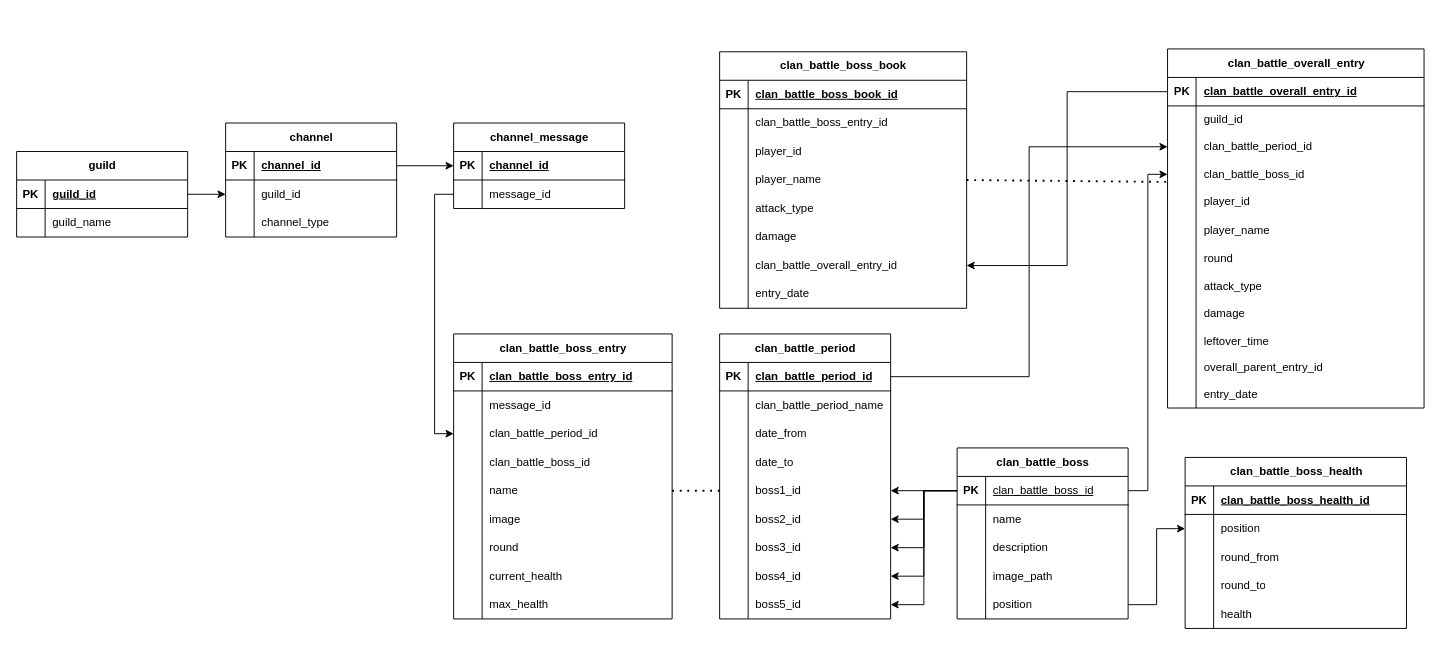
Before: docs/Purikone CB Bot.drawio in Kurisutaru/kurikone-clan-battle-bot, a draw.io diagram. Source tidied: cells renumbered, new cells numbered last; positions are measured from the earlier drawing's top-left corner, leaving out a move shared by most shapes. Both pictures are drawn from the tidied source at 95%, with x=0, y=0 at pixel (16, 48).
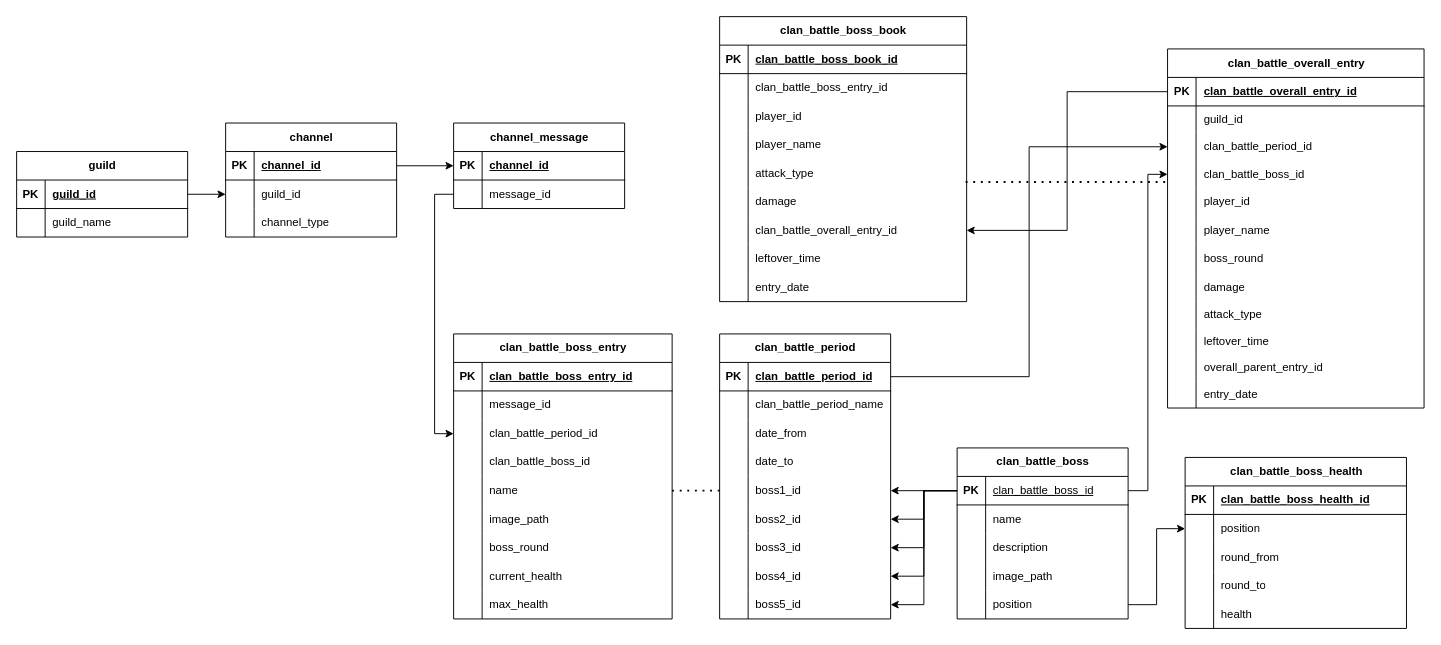
After the change.

The change refers to these unchanged cells:
```xml
<mxCell id="32" style="shape=tableRow;horizontal=0;startSize=0;swimlaneHead=0;swimlaneBody=0;fillColor=none;top=0;left=0;right=0;bottom=0;" parent="16" vertex="1">
  <mxGeometry y="180" width="230" height="30" as="geometry" />
</mxCell>
<mxCell id="35" style="shape=tableRow;horizontal=0;startSize=0;swimlaneHead=0;swimlaneBody=0;fillColor=none;top=0;left=0;right=0;bottom=0;" parent="16" vertex="1">
  <mxGeometry y="210" width="230" height="30" as="geometry" />
</mxCell>
<mxCell id="54" style="shape=tableRow;horizontal=0;startSize=0;swimlaneHead=0;swimlaneBody=0;fillColor=none;points=[[0,0.5],[1,0.5]];portConstraint=eastwest;top=0;left=0;right=0;bottom=0;" parent="44" vertex="1">
  <mxGeometry y="120" width="260" height="30" as="geometry" />
</mxCell>
<mxCell id="57" style="shape=tableRow;horizontal=0;startSize=0;swimlaneHead=0;swimlaneBody=0;fillColor=none;points=[[0,0.5],[1,0.5]];portConstraint=eastwest;top=0;left=0;right=0;bottom=0;" parent="44" vertex="1">
  <mxGeometry y="150" width="260" height="30" as="geometry" />
</mxCell>
<mxCell id="97" value="clan_battle_overall_entry" style="shape=table;startSize=30;childLayout=tableLayout;rowLines=0;fontStyle=1;align=center;html=1;" parent="1" vertex="1">
  <mxGeometry x="1211.5" width="270" height="378" as="geometry" />
</mxCell>
<mxCell id="116" style="shape=tableRow;horizontal=0;startSize=0;swimlaneHead=0;swimlaneBody=0;fillColor=none;top=0;left=0;right=0;bottom=0;" parent="97" vertex="1">
  <mxGeometry y="206" width="270" height="30" as="geometry" />
</mxCell>
```

Diff of the diagram source:
```diff
@@
-    <mxCell id="34" value="image" style="shape=partialRectangle;fillColor=none;top=0;left=0;bottom=0;right=0;align=left;spacingLeft=6;overflow=hidden;whiteSpace=wrap;html=1;" parent="32" vertex="1">
+    <mxCell id="34" value="image_path" style="shape=partialRectangle;fillColor=none;top=0;left=0;bottom=0;right=0;align=left;spacingLeft=6;overflow=hidden;whiteSpace=wrap;html=1;" parent="32" vertex="1">
       <mxGeometry x="30" width="200" height="30" as="geometry" />
     </mxCell>
@@
-    <mxCell id="37" value="round" style="shape=partialRectangle;fillColor=none;top=0;left=0;bottom=0;right=0;align=left;spacingLeft=6;overflow=hidden;whiteSpace=wrap;html=1;" parent="35" vertex="1">
+    <mxCell id="37" value="boss_round" style="shape=partialRectangle;fillColor=none;top=0;left=0;bottom=0;right=0;align=left;spacingLeft=6;overflow=hidden;whiteSpace=wrap;html=1;" parent="35" vertex="1">
       <mxGeometry x="30" width="200" height="30" as="geometry" />
     </mxCell>
@@
     <mxCell id="44" value="clan_battle_boss_book" style="shape=table;startSize=30;childLayout=tableLayout;rowLines=0;fontStyle=1;align=center;html=1;" parent="1" vertex="1">
-      <mxGeometry x="740" y="3" width="260" height="270" as="geometry" />
+      <mxGeometry x="740" y="-34" width="260" height="300" as="geometry" />
     </mxCell>
@@
+    <mxCell id="190" style="shape=tableRow;horizontal=0;startSize=0;swimlaneHead=0;swimlaneBody=0;fillColor=none;top=0;left=0;right=0;bottom=0;" parent="44" vertex="1">
+      <mxGeometry y="240" width="260" height="30" as="geometry" />
+    </mxCell>
+    <mxCell id="191" style="shape=partialRectangle;fillColor=none;top=0;left=0;bottom=0;right=0;overflow=hidden;whiteSpace=wrap;html=1;" parent="190" vertex="1">
+      <mxGeometry width="30" height="30" as="geometry" />
+    </mxCell>
+    <mxCell id="192" value="leftover_time" style="shape=partialRectangle;fillColor=none;top=0;left=0;bottom=0;right=0;align=left;spacingLeft=6;overflow=hidden;whiteSpace=wrap;html=1;" parent="190" vertex="1">
+      <mxGeometry x="30" width="230" height="30" as="geometry" />
+    </mxCell>
     <mxCell id="66" style="shape=tableRow;horizontal=0;startSize=0;swimlaneHead=0;swimlaneBody=0;fillColor=none;top=0;left=0;right=0;bottom=0;" parent="44" vertex="1">
-      <mxGeometry y="240" width="260" height="30" as="geometry" />
+      <mxGeometry y="270" width="260" height="30" as="geometry" />
     </mxCell>
@@
-    <mxCell id="118" value="round" style="shape=partialRectangle;fillColor=none;top=0;left=0;bottom=0;right=0;align=left;spacingLeft=6;overflow=hidden;whiteSpace=wrap;html=1;" parent="116" vertex="1">
+    <mxCell id="118" value="boss_round" style="shape=partialRectangle;fillColor=none;top=0;left=0;bottom=0;right=0;align=left;spacingLeft=6;overflow=hidden;whiteSpace=wrap;html=1;" parent="116" vertex="1">
       <mxGeometry x="30" width="240" height="30" as="geometry" />
     </mxCell>
+    <mxCell id="122" style="shape=tableRow;horizontal=0;startSize=0;swimlaneHead=0;swimlaneBody=0;fillColor=none;top=0;left=0;right=0;bottom=0;" parent="97" vertex="1">
+      <mxGeometry y="236" width="270" height="30" as="geometry" />
+    </mxCell>
+    <mxCell id="123" style="shape=partialRectangle;fillColor=none;top=0;left=0;bottom=0;right=0;overflow=hidden;whiteSpace=wrap;html=1;" parent="122" vertex="1">
+      <mxGeometry width="30" height="30" as="geometry" />
+    </mxCell>
+    <mxCell id="124" value="damage" style="shape=partialRectangle;fillColor=none;top=0;left=0;bottom=0;right=0;align=left;spacingLeft=6;overflow=hidden;whiteSpace=wrap;html=1;" parent="122" vertex="1">
+      <mxGeometry x="30" width="240" height="30" as="geometry" />
+    </mxCell>
     <mxCell id="119" style="shape=tableRow;horizontal=0;startSize=0;swimlaneHead=0;swimlaneBody=0;fillColor=none;top=0;left=0;right=0;bottom=0;" parent="97" vertex="1">
-      <mxGeometry y="236" width="270" height="28" as="geometry" />
+      <mxGeometry y="266" width="270" height="28" as="geometry" />
     </mxCell>
@@
-    <mxCell id="122" style="shape=tableRow;horizontal=0;startSize=0;swimlaneHead=0;swimlaneBody=0;fillColor=none;top=0;left=0;right=0;bottom=0;" parent="97" vertex="1">
-      <mxGeometry y="264" width="270" height="30" as="geometry" />
-    </mxCell>
-    <mxCell id="123" style="shape=partialRectangle;fillColor=none;top=0;left=0;bottom=0;right=0;overflow=hidden;whiteSpace=wrap;html=1;" parent="122" vertex="1">
-      <mxGeometry width="30" height="30" as="geometry" />
-    </mxCell>
-    <mxCell id="124" value="damage" style="shape=partialRectangle;fillColor=none;top=0;left=0;bottom=0;right=0;align=left;spacingLeft=6;overflow=hidden;whiteSpace=wrap;html=1;" parent="122" vertex="1">
-      <mxGeometry x="30" width="240" height="30" as="geometry" />
-    </mxCell>
@@
-    <mxCell id="170" style="endArrow=none;dashed=1;html=1;dashPattern=1 3;strokeWidth=2;rounded=0;exitX=1;exitY=0.5;exitDx=0;exitDy=0;" parent="1" edge="1" source="54">
+    <mxCell id="170" style="endArrow=none;dashed=1;html=1;dashPattern=1 3;strokeWidth=2;rounded=0;exitX=0.996;exitY=0.8;exitDx=0;exitDy=0;exitPerimeter=0;" parent="1" edge="1" source="57">
       <mxGeometry relative="1" as="geometry">
         <mxPoint x="1210" y="140" as="targetPoint" />
       </mxGeometry>
     </mxCell>
```
